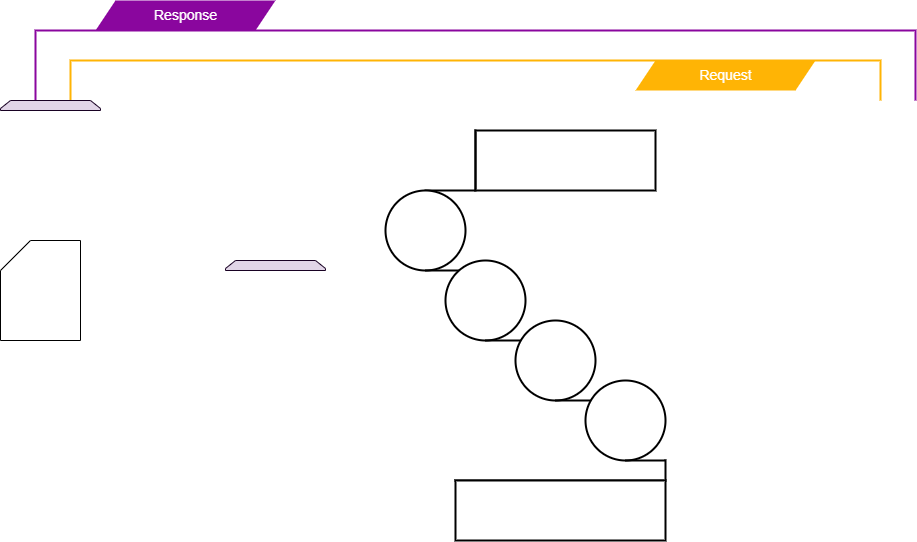
Omowunmikamil/alx-system_engineering-devops keeps this draw.io diagram as 0x09-web_infrastructure_design/1-distributed_web_infrastructure.drawio.png. Above is the earlier version. Source tidied: cells renumbered, new cells last; positions are measured from the earlier drawing's top-left corner, leaving out a move shared by most shapes.
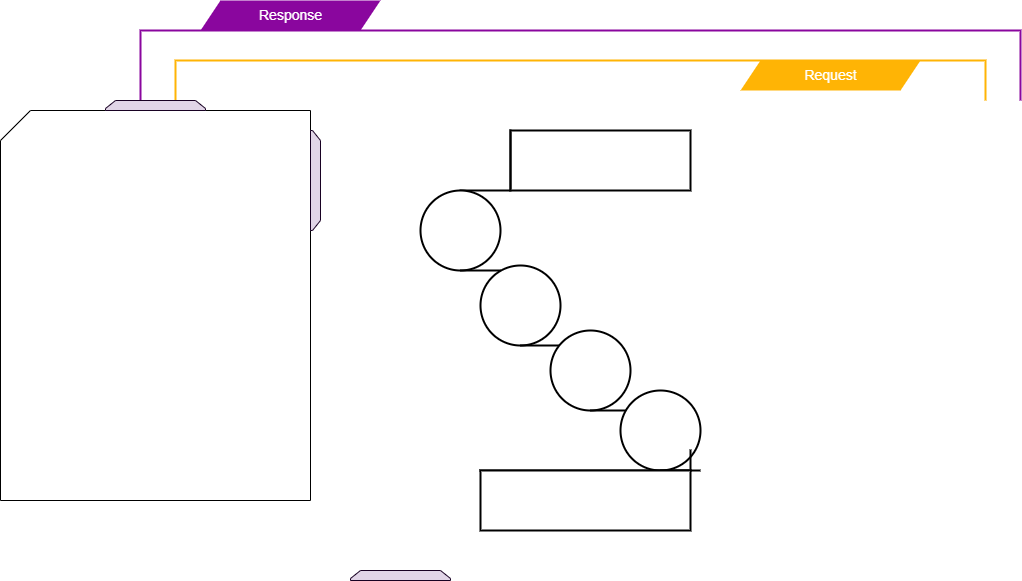
Later version of the same file.

The edit, as a diff of the source:
```diff
@@ -21,37 +21,40 @@
       <mxGeometry x="685" y="60" width="80" height="30" as="geometry" />
     </mxCell>
     <mxCell id="8" style="rounded=0;whiteSpace=wrap;html=1;strokeColor=#000000;strokeWidth=2;" parent="1" vertex="1">
-      <mxGeometry x="475" y="130" width="180" height="60" as="geometry" />
+      <mxGeometry x="405" y="130" width="180" height="60" as="geometry" />
     </mxCell>
     <mxCell id="9" style="shape=partialRectangle;whiteSpace=wrap;html=1;top=0;left=0;fillColor=none;strokeWidth=2;" parent="1" vertex="1">
-      <mxGeometry x="425" y="130" width="50" height="60" as="geometry" />
+      <mxGeometry x="355" y="130" width="50" height="60" as="geometry" />
     </mxCell>
     <mxCell id="10" style="shape=tapeData;whiteSpace=wrap;html=1;perimeter=ellipsePerimeter;strokeWidth=2;" parent="1" vertex="1">
-      <mxGeometry x="385" y="190" width="80" height="80" as="geometry" />
+      <mxGeometry x="315" y="190" width="80" height="80" as="geometry" />
     </mxCell>
     <mxCell id="11" style="shape=tapeData;whiteSpace=wrap;html=1;perimeter=ellipsePerimeter;strokeWidth=2;" parent="1" vertex="1">
-      <mxGeometry x="445" y="260" width="80" height="80" as="geometry" />
+      <mxGeometry x="375" y="265" width="80" height="80" as="geometry" />
     </mxCell>
     <mxCell id="12" style="shape=tapeData;whiteSpace=wrap;html=1;perimeter=ellipsePerimeter;strokeWidth=2;" parent="1" vertex="1">
-      <mxGeometry x="515" y="320" width="80" height="80" as="geometry" />
+      <mxGeometry x="445" y="330" width="80" height="80" as="geometry" />
     </mxCell>
     <mxCell id="13" style="shape=tapeData;whiteSpace=wrap;html=1;perimeter=ellipsePerimeter;strokeWidth=2;" parent="1" vertex="1">
-      <mxGeometry x="585" y="380" width="80" height="80" as="geometry" />
+      <mxGeometry x="515" y="390" width="80" height="80" as="geometry" />
     </mxCell>
     <mxCell id="14" style="shape=partialRectangle;whiteSpace=wrap;html=1;top=0;left=0;fillColor=none;strokeWidth=2;" parent="1" vertex="1">
-      <mxGeometry x="455" y="460" width="210" height="20" as="geometry" />
+      <mxGeometry x="375" y="450" width="210" height="20" as="geometry" />
     </mxCell>
     <mxCell id="15" style="rounded=0;whiteSpace=wrap;html=1;strokeWidth=2;" parent="1" vertex="1">
-      <mxGeometry x="455" y="480" width="210" height="60" as="geometry" />
+      <mxGeometry x="375" y="470" width="210" height="60" as="geometry" />
     </mxCell>
     <mxCell id="16" style="shape=card;whiteSpace=wrap;html=1;" parent="1" vertex="1">
-      <mxGeometry y="240" width="80" height="100" as="geometry" />
+      <mxGeometry x="-105" y="110" width="310" height="390" as="geometry" />
     </mxCell>
     <mxCell id="17" style="shape=loopLimit;whiteSpace=wrap;html=1;fillColor=#e1d5e7;strokeColor=#180123;" parent="1" vertex="1">
-      <mxGeometry x="225" y="260" width="100" height="10" as="geometry" />
+      <mxGeometry x="245" y="570" width="100" height="10" as="geometry" />
     </mxCell>
     <mxCell id="18" style="shape=loopLimit;whiteSpace=wrap;html=1;fillColor=#e1d5e7;strokeColor=#180123;" parent="1" vertex="1">
       <mxGeometry y="100" width="100" height="10" as="geometry" />
     </mxCell>
+    <mxCell id="19" style="shape=loopLimit;whiteSpace=wrap;html=1;fillColor=#e1d5e7;strokeColor=#180123;direction=south;" parent="1" vertex="1">
+      <mxGeometry x="205" y="130" width="10" height="100" as="geometry" />
+    </mxCell>
   </root>
 </mxGraphModel>
```
